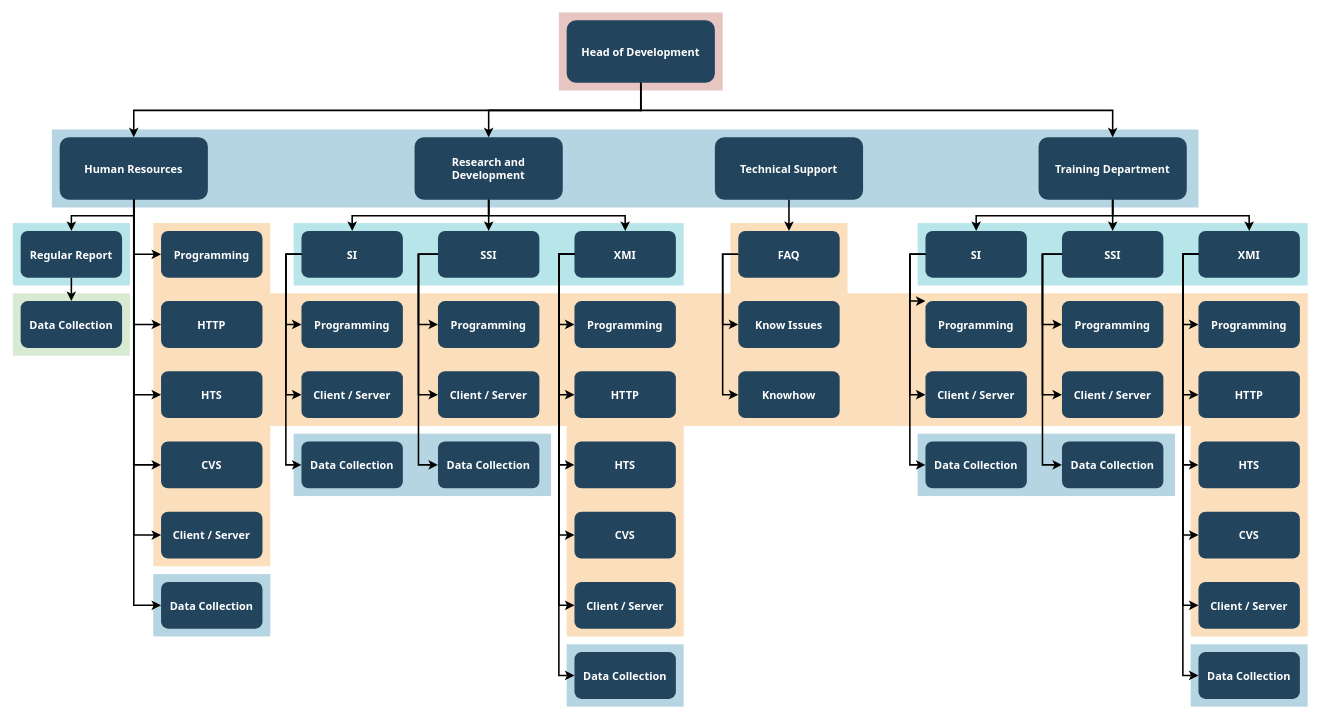
Before: Practica1/Diagrama sin título.drawio in biianca11/BiancaIonel, a draw.io diagram. Source tidied: cells renumbered, new cells numbered last; positions are measured from the earlier drawing's top-left corner, leaving out a move shared by most shapes. Both pictures are drawn from the tidied source at 78%, with x=0, y=0 at pixel (12, 12).
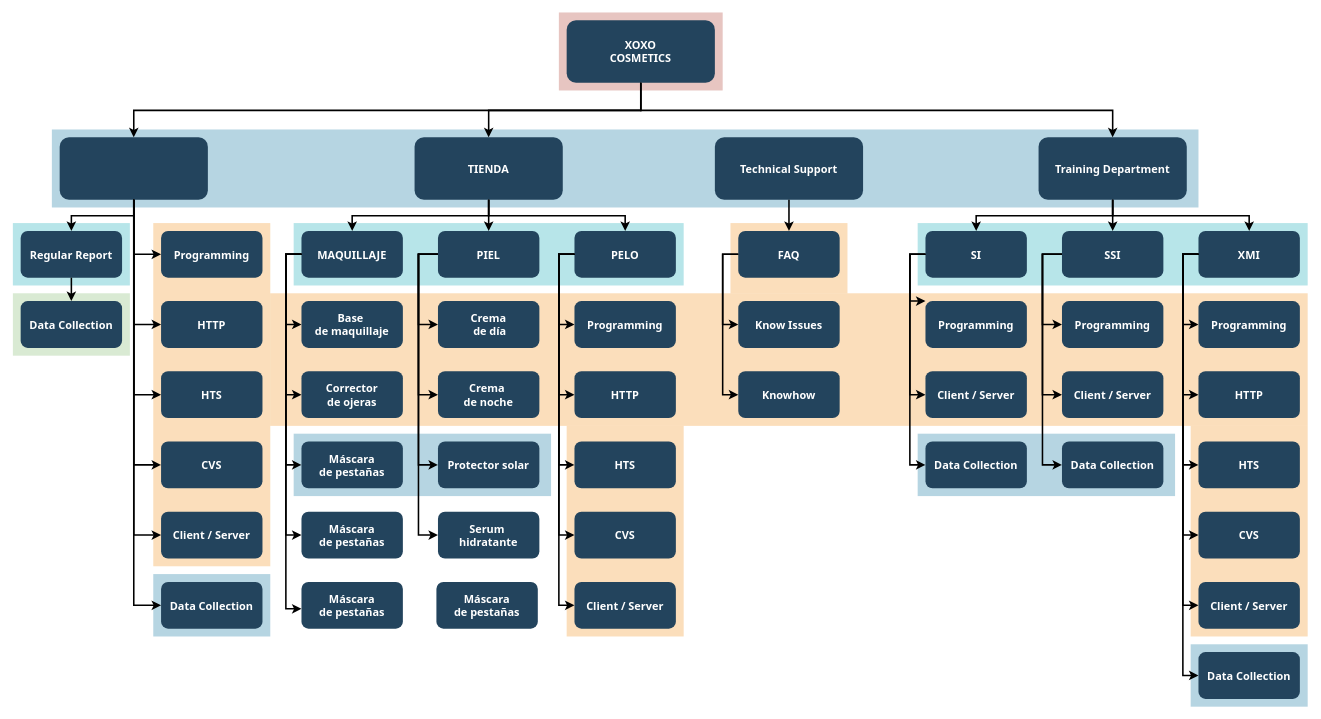
After the change.

The edit, as a diff of the source:
```diff
@@
-    <mxCell id="11" style="fillColor=#10739E;strokeColor=none;opacity=30;" parent="1" vertex="1">
-      <mxGeometry x="710" y="809.5" width="150" height="80" as="geometry" />
-    </mxCell>
@@
-    <mxCell id="18" value="Head of Development" style="rounded=1;fillColor=#23445D;gradientColor=none;strokeColor=none;fontColor=#FFFFFF;fontStyle=1;fontFamily=Tahoma;fontSize=14;" parent="1" vertex="1">
+    <mxCell id="18" value="XOXO&#10;COSMETICS" style="rounded=1;fillColor=#23445D;gradientColor=none;strokeColor=none;fontColor=#FFFFFF;fontStyle=1;fontFamily=Tahoma;fontSize=14;" parent="1" vertex="1">
       <mxGeometry x="710" y="9.5" width="190" height="80" as="geometry" />
     </mxCell>
@@
-    <mxCell id="22" value="Research and &#10;Development" style="rounded=1;fillColor=#23445D;gradientColor=none;strokeColor=none;fontColor=#FFFFFF;fontStyle=1;fontFamily=Tahoma;fontSize=14;" parent="1" vertex="1">
+    <mxCell id="22" value="TIENDA" style="rounded=1;fillColor=#23445D;gradientColor=none;strokeColor=none;fontColor=#FFFFFF;fontStyle=1;fontFamily=Tahoma;fontSize=14;" parent="1" vertex="1">
       <mxGeometry x="515" y="159.5" width="190" height="80" as="geometry" />
     </mxCell>
-    <mxCell id="23" value="Human Resources" style="rounded=1;fillColor=#23445D;gradientColor=none;strokeColor=none;fontColor=#FFFFFF;fontStyle=1;fontFamily=Tahoma;fontSize=14;" parent="1" vertex="1">
+    <mxCell id="23" style="rounded=1;fillColor=#23445D;gradientColor=none;strokeColor=none;fontColor=#FFFFFF;fontStyle=1;fontFamily=Tahoma;fontSize=14;" parent="1" vertex="1">
       <mxGeometry x="60" y="159.5" width="190" height="80" as="geometry" />
     </mxCell>
@@
-    <mxCell id="32" value="SI" style="rounded=1;fillColor=#23445D;gradientColor=none;strokeColor=none;fontColor=#FFFFFF;fontStyle=1;fontFamily=Tahoma;fontSize=14;" parent="1" vertex="1">
+    <mxCell id="32" value="MAQUILLAJE" style="rounded=1;fillColor=#23445D;gradientColor=none;strokeColor=none;fontColor=#FFFFFF;fontStyle=1;fontFamily=Tahoma;fontSize=14;" parent="1" vertex="1">
       <mxGeometry x="370" y="279.5" width="130" height="60" as="geometry" />
     </mxCell>
-    <mxCell id="33" value="Programming" style="rounded=1;fillColor=#23445D;gradientColor=none;strokeColor=none;fontColor=#FFFFFF;fontStyle=1;fontFamily=Tahoma;fontSize=14;" parent="1" vertex="1">
+    <mxCell id="33" value="Base &#10;de maquillaje" style="rounded=1;fillColor=#23445D;gradientColor=none;strokeColor=none;fontColor=#FFFFFF;fontStyle=1;fontFamily=Tahoma;fontSize=14;" parent="1" vertex="1">
       <mxGeometry x="370" y="369.5" width="130" height="60" as="geometry" />
     </mxCell>
-    <mxCell id="34" value="Client / Server" style="rounded=1;fillColor=#23445D;gradientColor=none;strokeColor=none;fontColor=#FFFFFF;fontStyle=1;fontFamily=Tahoma;fontSize=14;" parent="1" vertex="1">
+    <mxCell id="34" value="Corrector&#10;de ojeras" style="rounded=1;fillColor=#23445D;gradientColor=none;strokeColor=none;fontColor=#FFFFFF;fontStyle=1;fontFamily=Tahoma;fontSize=14;" parent="1" vertex="1">
       <mxGeometry x="370" y="459.5" width="130" height="60" as="geometry" />
     </mxCell>
-    <mxCell id="35" value="Data Collection" style="rounded=1;fillColor=#23445D;gradientColor=none;strokeColor=none;fontColor=#FFFFFF;fontStyle=1;fontFamily=Tahoma;fontSize=14;" parent="1" vertex="1">
+    <mxCell id="35" value="Máscara&#10;de pestañas" style="rounded=1;fillColor=#23445D;gradientColor=none;strokeColor=none;fontColor=#FFFFFF;fontStyle=1;fontFamily=Tahoma;fontSize=14;" parent="1" vertex="1">
       <mxGeometry x="370" y="549.5" width="130" height="60" as="geometry" />
     </mxCell>
-    <mxCell id="36" value="SSI" style="rounded=1;fillColor=#23445D;gradientColor=none;strokeColor=none;fontColor=#FFFFFF;fontStyle=1;fontFamily=Tahoma;fontSize=14;" parent="1" vertex="1">
+    <mxCell id="36" value="PIEL" style="rounded=1;fillColor=#23445D;gradientColor=none;strokeColor=none;fontColor=#FFFFFF;fontStyle=1;fontFamily=Tahoma;fontSize=14;" parent="1" vertex="1">
       <mxGeometry x="545" y="279.5" width="130" height="60" as="geometry" />
     </mxCell>
-    <mxCell id="37" value="Programming" style="rounded=1;fillColor=#23445D;gradientColor=none;strokeColor=none;fontColor=#FFFFFF;fontStyle=1;fontFamily=Tahoma;fontSize=14;" parent="1" vertex="1">
+    <mxCell id="37" value="Crema&#10; de día" style="rounded=1;fillColor=#23445D;gradientColor=none;strokeColor=none;fontColor=#FFFFFF;fontStyle=1;fontFamily=Tahoma;fontSize=14;" parent="1" vertex="1">
       <mxGeometry x="545" y="369.5" width="130" height="60" as="geometry" />
     </mxCell>
-    <mxCell id="38" value="Client / Server" style="rounded=1;fillColor=#23445D;gradientColor=none;strokeColor=none;fontColor=#FFFFFF;fontStyle=1;fontFamily=Tahoma;fontSize=14;" parent="1" vertex="1">
+    <mxCell id="38" value="Crema &#10;de noche" style="rounded=1;fillColor=#23445D;gradientColor=none;strokeColor=none;fontColor=#FFFFFF;fontStyle=1;fontFamily=Tahoma;fontSize=14;" parent="1" vertex="1">
       <mxGeometry x="545" y="459.5" width="130" height="60" as="geometry" />
     </mxCell>
-    <mxCell id="39" value="Data Collection" style="rounded=1;fillColor=#23445D;gradientColor=none;strokeColor=none;fontColor=#FFFFFF;fontStyle=1;fontFamily=Tahoma;fontSize=14;" parent="1" vertex="1">
+    <mxCell id="39" value="Protector solar" style="rounded=1;fillColor=#23445D;gradientColor=none;strokeColor=none;fontColor=#FFFFFF;fontStyle=1;fontFamily=Tahoma;fontSize=14;" parent="1" vertex="1">
       <mxGeometry x="545" y="549.5" width="130" height="60" as="geometry" />
     </mxCell>
-    <mxCell id="40" value="XMI" style="rounded=1;fillColor=#23445D;gradientColor=none;strokeColor=none;fontColor=#FFFFFF;fontStyle=1;fontFamily=Tahoma;fontSize=14;" parent="1" vertex="1">
+    <mxCell id="40" value="PELO" style="rounded=1;fillColor=#23445D;gradientColor=none;strokeColor=none;fontColor=#FFFFFF;fontStyle=1;fontFamily=Tahoma;fontSize=14;" parent="1" vertex="1">
       <mxGeometry x="720" y="279.5" width="130" height="60" as="geometry" />
     </mxCell>
@@
-    <mxCell id="46" value="Data Collection" style="rounded=1;fillColor=#23445D;gradientColor=none;strokeColor=none;fontColor=#FFFFFF;fontStyle=1;fontFamily=Tahoma;fontSize=14;" parent="1" vertex="1">
-      <mxGeometry x="720" y="819.5" width="130" height="60" as="geometry" />
-    </mxCell>
@@
-    <mxCell id="85" style="edgeStyle=elbowEdgeStyle;elbow=horizontal;strokeWidth=2;rounded=0;" parent="1" edge="1" source="40" target="46">
-      <mxGeometry x="-23" y="135.5" as="geometry">
-        <Array as="points">
-          <mxPoint x="700" y="579.5" />
-        </Array>
-      </mxGeometry>
-    </mxCell>
@@
+    <mxCell id="108" style="edgeStyle=elbowEdgeStyle;elbow=horizontal;strokeWidth=2;rounded=0;exitX=0;exitY=0.5;exitDx=0;exitDy=0;entryX=0;entryY=0.5;entryDx=0;entryDy=0;" parent="1" edge="1" source="36" target="109">
+      <mxGeometry x="-23" y="135.5" as="geometry">
+        <Array as="points">
+          <mxPoint x="520" y="533.5" />
+        </Array>
+      </mxGeometry>
+    </mxCell>
+    <mxCell id="109" value="Serum &#10;hidratante" style="rounded=1;fillColor=#23445D;gradientColor=none;strokeColor=none;fontColor=#FFFFFF;fontStyle=1;fontFamily=Tahoma;fontSize=14;" parent="1" vertex="1">
+      <mxGeometry x="545" y="639.5" width="130" height="60" as="geometry" />
+    </mxCell>
+    <mxCell id="110" value="Máscara&#10;de pestañas" style="rounded=1;fillColor=#23445D;gradientColor=none;strokeColor=none;fontColor=#FFFFFF;fontStyle=1;fontFamily=Tahoma;fontSize=14;" parent="1" vertex="1">
+      <mxGeometry x="370" y="639.5" width="130" height="60" as="geometry" />
+    </mxCell>
+    <mxCell id="111" value="Máscara&#10;de pestañas" style="rounded=1;fillColor=#23445D;gradientColor=none;strokeColor=none;fontColor=#FFFFFF;fontStyle=1;fontFamily=Tahoma;fontSize=14;" parent="1" vertex="1">
+      <mxGeometry x="370" y="729.5" width="130" height="60" as="geometry" />
+    </mxCell>
+    <mxCell id="112" value="Máscara&#10;de pestañas" style="rounded=1;fillColor=#23445D;gradientColor=none;strokeColor=none;fontColor=#FFFFFF;fontStyle=1;fontFamily=Tahoma;fontSize=14;" parent="1" vertex="1">
+      <mxGeometry x="543" y="729.5" width="130" height="60" as="geometry" />
+    </mxCell>
+    <mxCell id="113" style="edgeStyle=elbowEdgeStyle;elbow=horizontal;strokeWidth=2;rounded=0;exitX=0;exitY=0.5;exitDx=0;exitDy=0;" parent="1" edge="1" source="32">
+      <mxGeometry x="-23" y="135.5" as="geometry">
+        <mxPoint x="370" y="764" as="targetPoint" />
+        <Array as="points">
+          <mxPoint x="350" y="623.5" />
+        </Array>
+      </mxGeometry>
+    </mxCell>
+    <mxCell id="114" style="edgeStyle=elbowEdgeStyle;elbow=horizontal;strokeWidth=2;rounded=0;exitX=0;exitY=0.5;exitDx=0;exitDy=0;entryX=0;entryY=0.5;entryDx=0;entryDy=0;" parent="1" edge="1" source="32" target="110">
+      <mxGeometry x="-23" y="135.5" as="geometry">
+        <Array as="points">
+          <mxPoint x="350" y="523.5" />
+        </Array>
+      </mxGeometry>
+    </mxCell>
```
